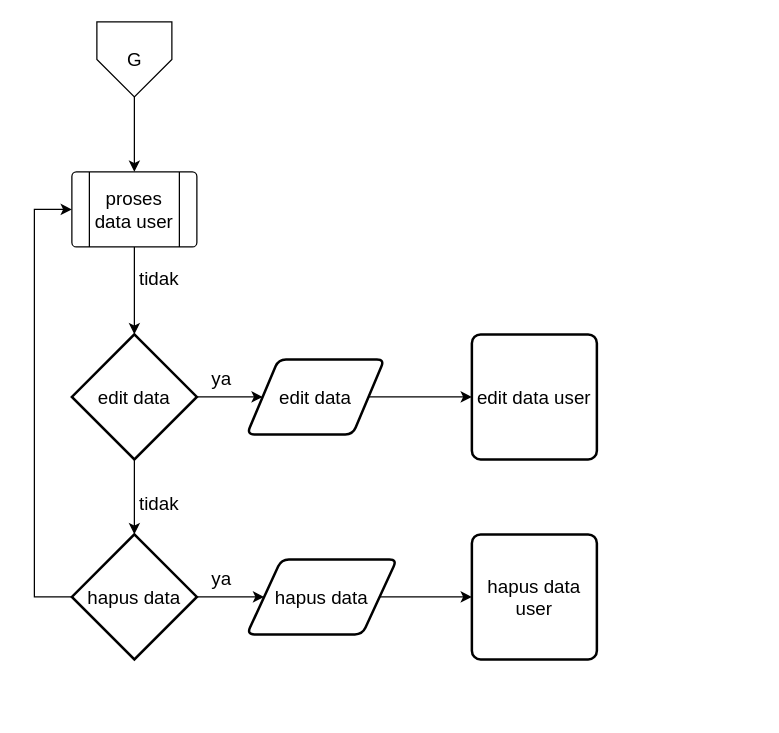
Above: page "flowchart user" (22 of 22) of Untitled Diagram.drawio in dreamergirl01/uml_bankSampah (draw.io), before the change. Source tidied: cells renumbered, new cells numbered last; positions are measured from the earlier drawing's top-left corner, leaving out a move shared by most shapes. Both pictures are drawn from the tidied source at 125%, with x=0, y=0 at pixel (34, 21).
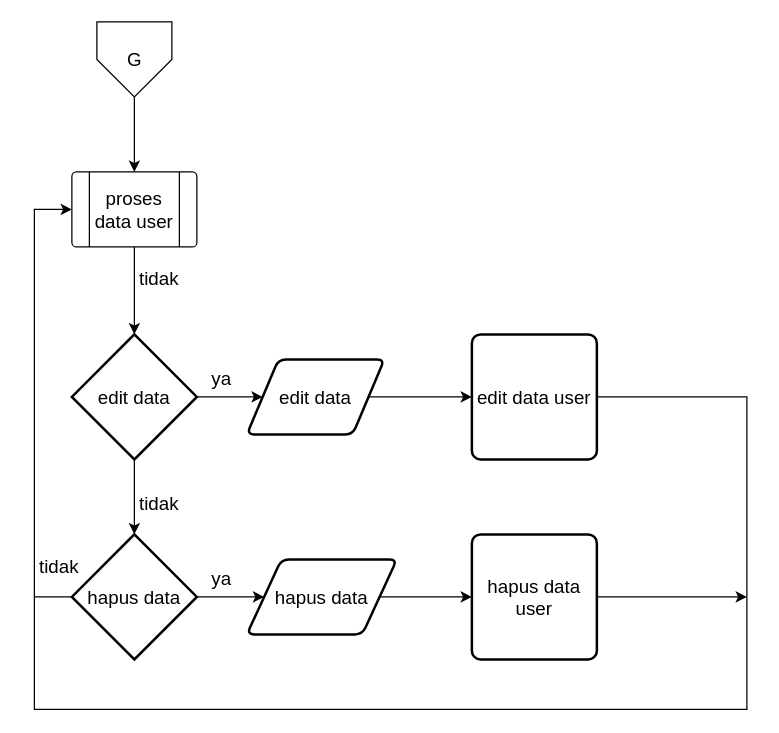
Above is the later version.

Unchanged cells that the change refers to:
```xml
<mxCell id="10" value="edit data user" style="rounded=1;whiteSpace=wrap;html=1;absoluteArcSize=1;arcSize=14;strokeWidth=2;fontSize=15;" parent="1" vertex="1">
  <mxGeometry x="350" y="250" width="100" height="100" as="geometry" />
</mxCell>
<mxCell id="17" value="hapus data user" style="rounded=1;whiteSpace=wrap;html=1;absoluteArcSize=1;arcSize=14;strokeWidth=2;fontSize=15;" parent="1" vertex="1">
  <mxGeometry x="350" y="410" width="100" height="100" as="geometry" />
</mxCell>
```

What changed in the source:
```diff
@@
+    <mxCell id="22" style="edgeStyle=orthogonalEdgeStyle;rounded=0;jettySize=auto;html=1;" parent="1" edge="1" source="17">
+      <mxGeometry relative="1" as="geometry">
+        <mxPoint x="570" y="460" as="targetPoint" />
+      </mxGeometry>
+    </mxCell>
@@
+    <mxCell id="23" value="tidak" style="text;html=1;align=center;verticalAlign=middle;whiteSpace=wrap;rounded=0;fontSize=15;" parent="1" vertex="1">
+      <mxGeometry x="-10" y="420" width="60" height="30" as="geometry" />
+    </mxCell>
+    <mxCell id="24" style="endArrow=none;html=1;rounded=0;entryX=1;entryY=0.5;entryDx=0;entryDy=0;" parent="1" edge="1" target="10">
+      <mxGeometry relative="1" as="geometry">
+        <mxPoint y="460" as="sourcePoint" />
+        <Array as="points">
+          <mxPoint y="550" />
+          <mxPoint x="300" y="550" />
+          <mxPoint x="570" y="550" />
+          <mxPoint x="570" y="300" />
+        </Array>
+      </mxGeometry>
+    </mxCell>
```
